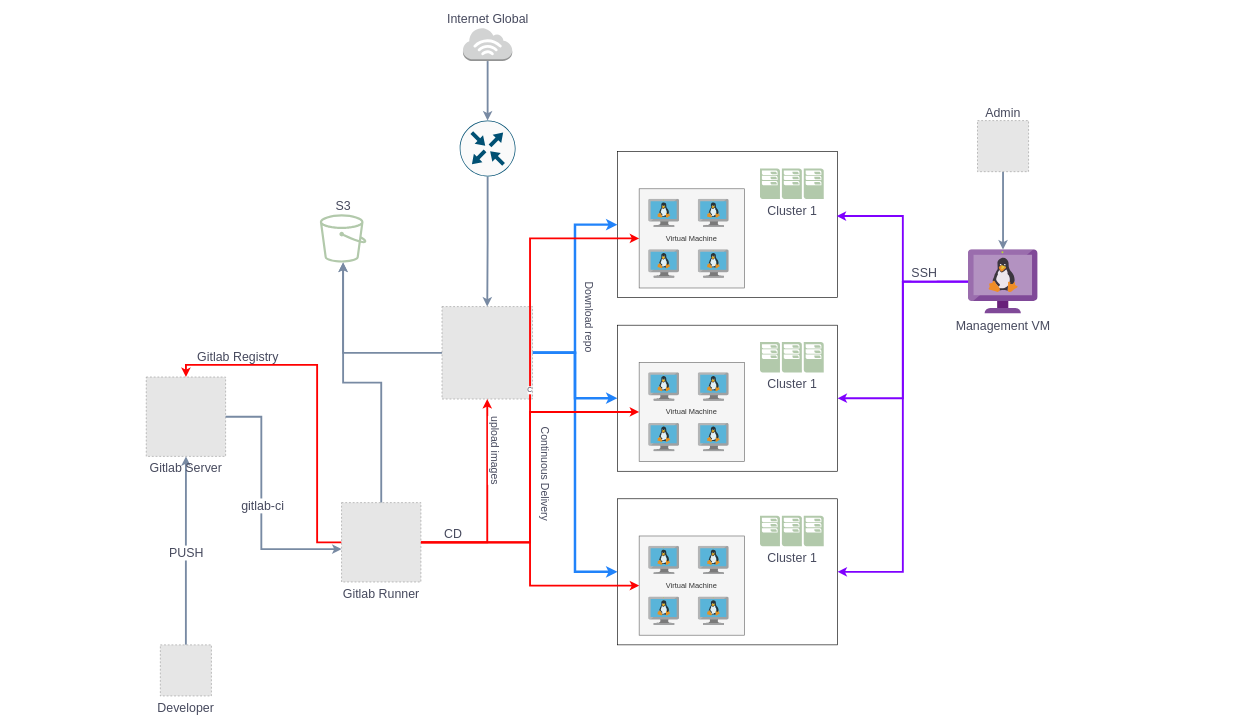
Above: nexus.drawio in sasha047/blacklist (draw.io), before the change. Source tidied: cells renumbered, new cells numbered last; positions are measured from the earlier drawing's top-left corner, leaving out a move shared by most shapes. Both pictures are drawn from the tidied source at 62%, with x=0, y=0 at pixel (146, 27). Pictures stored in the file or linked from it are replaced by grey dashed boxes.
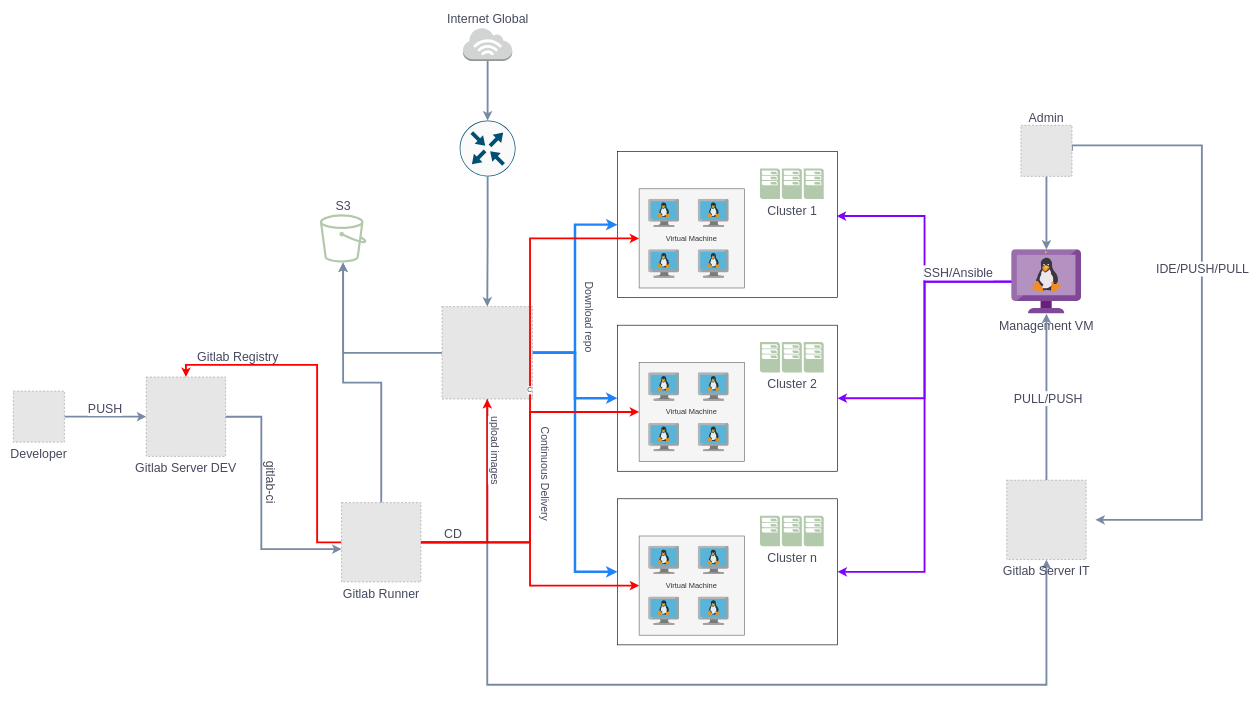
The same diagram, later.

The change refers to these unchanged cells:
```xml
<mxCell id="3" style="edgeStyle=orthogonalEdgeStyle;rounded=0;jettySize=auto;html=1;strokeColor=#788AA3;fontColor=#46495D;fillColor=#B2C9AB;strokeWidth=3;" parent="1" edge="1" source="5" target="6">
  <mxGeometry relative="1" as="geometry" />
</mxCell>
<mxCell id="14" style="fillColor=#E6E6E6;strokeColor=#999999;dashed=1;verticalLabelPosition=bottom;verticalAlign=top;labelBackgroundColor=none;fontColor=#46495D;" parent="1" vertex="1">
  <mxGeometry x="477.4" y="450" width="146" height="149.1" as="geometry" />
</mxCell>
<mxCell id="26" style="edgeStyle=orthogonalEdgeStyle;rounded=0;jettySize=auto;html=1;entryX=0;entryY=0.585;entryDx=0;entryDy=0;entryPerimeter=0;strokeColor=#788AA3;fontColor=#46495D;fillColor=#B2C9AB;strokeWidth=3;" parent="1" edge="1" source="6" target="20">
  <mxGeometry relative="1" as="geometry">
    <Array as="points">
      <mxPoint x="186" y="628" />
      <mxPoint x="186" y="841" />
    </Array>
  </mxGeometry>
</mxCell>
<mxCell id="56" style="edgeStyle=orthogonalEdgeStyle;rounded=0;jettySize=auto;html=1;entryX=0.996;entryY=0.441;entryDx=0;entryDy=0;entryPerimeter=0;strokeColor=#7F00FF;fontColor=#46495D;fillColor=#B2C9AB;strokeWidth=3;fontSize=19;" parent="1" edge="1" source="55" target="2">
  <mxGeometry relative="1" as="geometry" />
</mxCell>
```

Change to the diagram source:
```diff
@@
-    <mxCell id="4" value="PUSH" style="edgeLabel;html=1;align=center;verticalAlign=middle;strokeColor=#788AA3;fontColor=#46495D;fillColor=#B2C9AB;fontSize=20;" parent="3" vertex="1">
+    <mxCell id="4" value="PUSH" style="edgeLabel;html=1;align=center;verticalAlign=bottom;strokeColor=#788AA3;fontColor=#46495D;fillColor=#B2C9AB;fontSize=20;labelPosition=center;verticalLabelPosition=top;" parent="3" vertex="1">
       <mxGeometry x="-0.02" relative="1" as="geometry" />
     </mxCell>
     <mxCell id="5" value="Developer" style="fillColor=#E6E6E6;strokeColor=#999999;dashed=1;verticalLabelPosition=bottom;verticalAlign=top;labelBackgroundColor=none;fontColor=#46495D;fontSize=20;" parent="1" vertex="1">
-      <mxGeometry x="23.1" y="995.6" width="82.4" height="82.4" as="geometry" />
+      <mxGeometry x="-214" y="586.3" width="82.4" height="82.4" as="geometry" />
     </mxCell>
-    <mxCell id="6" value="Gitlab Server" style="fillColor=#E6E6E6;strokeColor=#999999;dashed=1;html=1;verticalAlign=top;verticalLabelPosition=bottom;labelBackgroundColor=none;fontSize=20;fontColor=#46495D;labelPosition=center;align=center;" parent="1" vertex="1">
+    <mxCell id="6" value="Gitlab Server DEV" style="fillColor=#E6E6E6;strokeColor=#999999;dashed=1;html=1;verticalAlign=top;verticalLabelPosition=bottom;labelBackgroundColor=none;fontSize=20;fontColor=#46495D;labelPosition=center;align=center;" parent="1" vertex="1">
       <mxGeometry x="0.4" y="563.6" width="128" height="128" as="geometry" />
     </mxCell>
@@
+    <mxCell id="58" style="edgeStyle=orthogonalEdgeStyle;rounded=0;jettySize=auto;html=1;exitX=0.5;exitY=1;exitDx=0;exitDy=0;entryX=0.5;entryY=1;entryDx=0;entryDy=0;strokeColor=#788AA3;fontColor=#46495D;fillColor=#B2C9AB;strokeWidth=3;" parent="1" edge="1" source="14" target="63">
+      <mxGeometry relative="1" as="geometry">
+        <Array as="points">
+          <mxPoint x="550" y="1060" />
+          <mxPoint x="1452" y="1060" />
+        </Array>
+      </mxGeometry>
+    </mxCell>
@@
-    <mxCell id="27" value="&lt;font style=&quot;font-size: 20px;&quot;&gt;gitlab-ci&lt;/font&gt;" style="edgeLabel;html=1;align=center;verticalAlign=middle;strokeColor=#788AA3;fontColor=#46495D;fillColor=#B2C9AB;" parent="26" vertex="1">
+    <mxCell id="27" value="&lt;font style=&quot;font-size: 20px;&quot;&gt;gitlab-ci&lt;/font&gt;" style="edgeLabel;html=1;align=left;verticalAlign=bottom;strokeColor=#788AA3;fontColor=#46495D;fillColor=#B2C9AB;labelPosition=right;verticalLabelPosition=top;textDirection=vertical-lr;fontSize=20;" parent="26" vertex="1">
       <mxGeometry y="1" relative="1" as="geometry" />
     </mxCell>
@@
-    <mxCell id="33" value="Cluster 1" style="shadow=0;dashed=0;html=1;strokeColor=none;fillColor=#B2C9AB;labelPosition=center;verticalLabelPosition=bottom;verticalAlign=top;align=center;shape=mxgraph.veeam.cluster;fontSize=20;labelBackgroundColor=none;fontColor=#46495D;" parent="1" vertex="1">
+    <mxCell id="33" value="Cluster 2" style="shadow=0;dashed=0;html=1;strokeColor=none;fillColor=#B2C9AB;labelPosition=center;verticalLabelPosition=bottom;verticalAlign=top;align=center;shape=mxgraph.veeam.cluster;fontSize=20;labelBackgroundColor=none;fontColor=#46495D;" parent="1" vertex="1">
       <mxGeometry x="990.3" y="507.2" width="102.8" height="49.2" as="geometry" />
     </mxCell>
@@
-    <mxCell id="40" value="Cluster 1" style="shadow=0;dashed=0;html=1;strokeColor=none;fillColor=#B2C9AB;labelPosition=center;verticalLabelPosition=bottom;verticalAlign=top;align=center;shape=mxgraph.veeam.cluster;fontSize=20;labelBackgroundColor=none;fontColor=#46495D;" parent="1" vertex="1">
+    <mxCell id="40" value="Cluster n" style="shadow=0;dashed=0;html=1;strokeColor=none;fillColor=#B2C9AB;labelPosition=center;verticalLabelPosition=bottom;verticalAlign=top;align=center;shape=mxgraph.veeam.cluster;fontSize=20;labelBackgroundColor=none;fontColor=#46495D;" parent="1" vertex="1">
       <mxGeometry x="990.3" y="787.2" width="102.8" height="49.2" as="geometry" />
     </mxCell>
@@
+    <mxCell id="59" style="edgeStyle=orthogonalEdgeStyle;rounded=0;jettySize=auto;html=1;strokeColor=#788AA3;fontColor=#46495D;fillColor=#B2C9AB;entryX=1;entryY=0.5;entryDx=0;entryDy=0;strokeWidth=3;exitX=1;exitY=0.5;exitDx=0;exitDy=0;" parent="1" edge="1" source="52">
+      <mxGeometry relative="1" as="geometry">
+        <mxPoint x="1531.3" y="794" as="targetPoint" />
+        <Array as="points">
+          <mxPoint x="1703" y="190" />
+          <mxPoint x="1703" y="794" />
+        </Array>
+      </mxGeometry>
+    </mxCell>
+    <mxCell id="60" value="IDE/PUSH/PULL" style="edgeLabel;html=1;align=center;verticalAlign=middle;strokeColor=#788AA3;fontColor=#46495D;fillColor=#B2C9AB;fontSize=20;" parent="59" vertex="1">
+      <mxGeometry x="-0.16" relative="1" as="geometry" />
+    </mxCell>
     <mxCell id="52" value="Admin" style="fillColor=#E6E6E6;strokeColor=#999999;dashed=1;verticalLabelPosition=top;verticalAlign=bottom;labelBackgroundColor=none;fontColor=#46495D;fontSize=20;labelPosition=center;align=center;" parent="1" vertex="1">
-      <mxGeometry x="1341.1" y="150" width="82.4" height="82.4" as="geometry" />
+      <mxGeometry x="1411.1" y="157.6" width="82.4" height="82.4" as="geometry" />
     </mxCell>
@@
     <mxCell id="55" value="Management VM" style="image;sketch=0;html=1;points=[];align=center;fontSize=20;image=img/lib/mscae/VM_Linux_Non_Azure.svg;strokeColor=#788AA3;fontColor=#46495D;fillColor=#B2C9AB;" parent="1" vertex="1">
-      <mxGeometry x="1326" y="358" width="112.6" height="103.6" as="geometry" />
+      <mxGeometry x="1396" y="358" width="112.6" height="103.6" as="geometry" />
     </mxCell>
@@
-    <mxCell id="57" value="SSH" style="edgeLabel;html=1;align=center;verticalAlign=bottom;strokeColor=#788AA3;fontColor=#46495D;fillColor=#B2C9AB;fontSize=20;labelPosition=center;verticalLabelPosition=top;" parent="56" vertex="1">
+    <mxCell id="57" value="SSH/Ansible" style="edgeLabel;html=1;align=center;verticalAlign=bottom;strokeColor=#788AA3;fontColor=#46495D;fillColor=#B2C9AB;fontSize=20;labelPosition=center;verticalLabelPosition=top;" parent="56" vertex="1">
       <mxGeometry x="-0.55" y="-1" relative="1" as="geometry" />
     </mxCell>
+    <mxCell id="61" style="edgeStyle=orthogonalEdgeStyle;rounded=0;jettySize=auto;html=1;strokeColor=#788AA3;fontColor=#46495D;fillColor=#B2C9AB;strokeWidth=3;" parent="1" edge="1" source="63" target="55">
+      <mxGeometry relative="1" as="geometry" />
+    </mxCell>
+    <mxCell id="62" value="PULL/PUSH" style="edgeLabel;html=1;align=center;verticalAlign=middle;strokeColor=#788AA3;fontColor=#46495D;fillColor=#B2C9AB;fontSize=20;" parent="61" vertex="1">
+      <mxGeometry x="-0.01" y="-2" relative="1" as="geometry" />
+    </mxCell>
+    <mxCell id="63" value="Gitlab Server IT" style="fillColor=#E6E6E6;strokeColor=#999999;dashed=1;html=1;verticalAlign=top;verticalLabelPosition=bottom;labelBackgroundColor=none;fontSize=20;fontColor=#46495D;labelPosition=center;align=center;" parent="1" vertex="1">
+      <mxGeometry x="1388.3" y="730" width="128" height="128" as="geometry" />
+    </mxCell>
```
